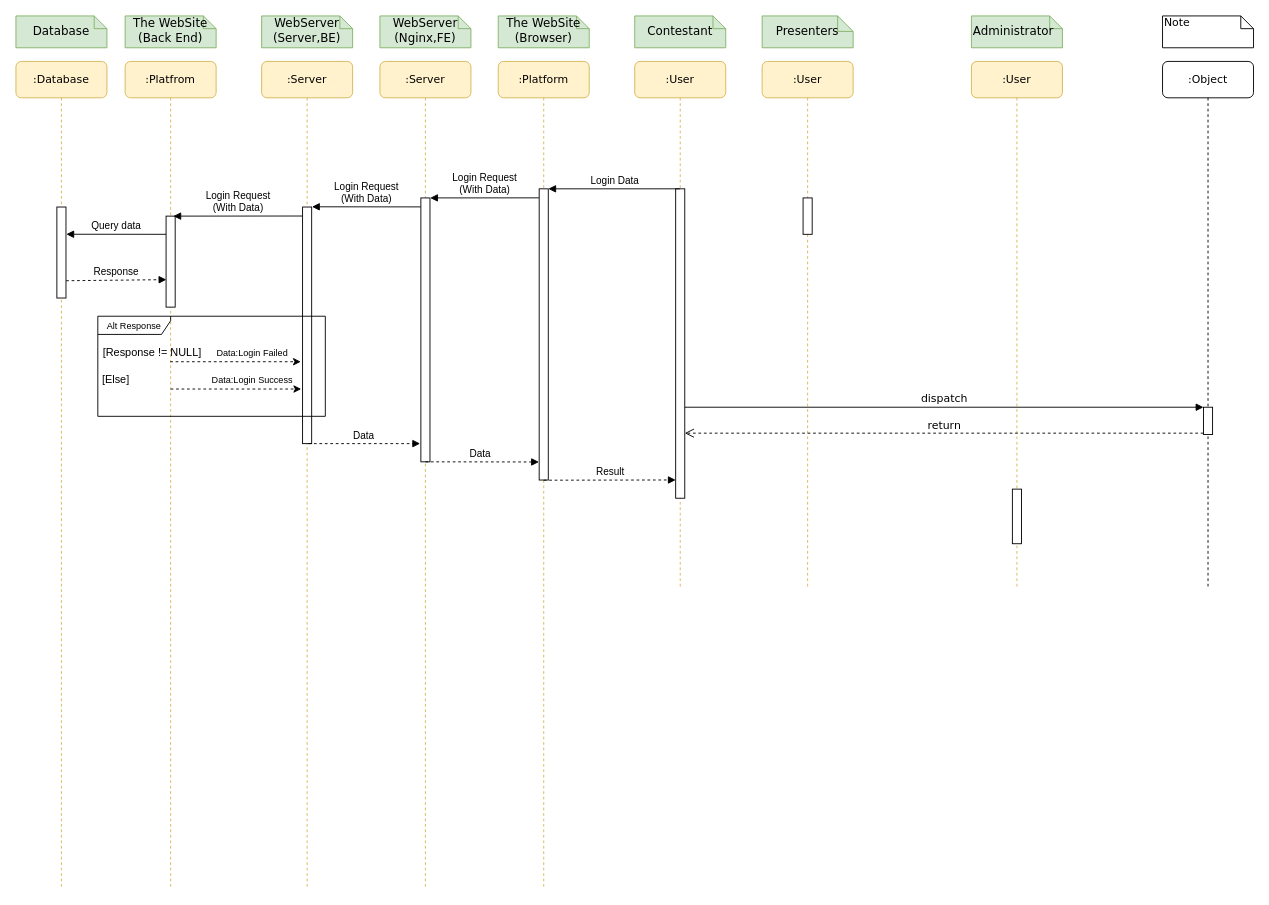
Above: Untitled Diagram.drawio in su29029/ShuiShiPin (draw.io), before the change. Source tidied: cells renumbered, new cells numbered last; positions are measured from the earlier drawing's top-left corner, leaving out a move shared by most shapes. Both pictures are drawn from the tidied source at 91%, with x=0, y=0 at pixel (15, 15).
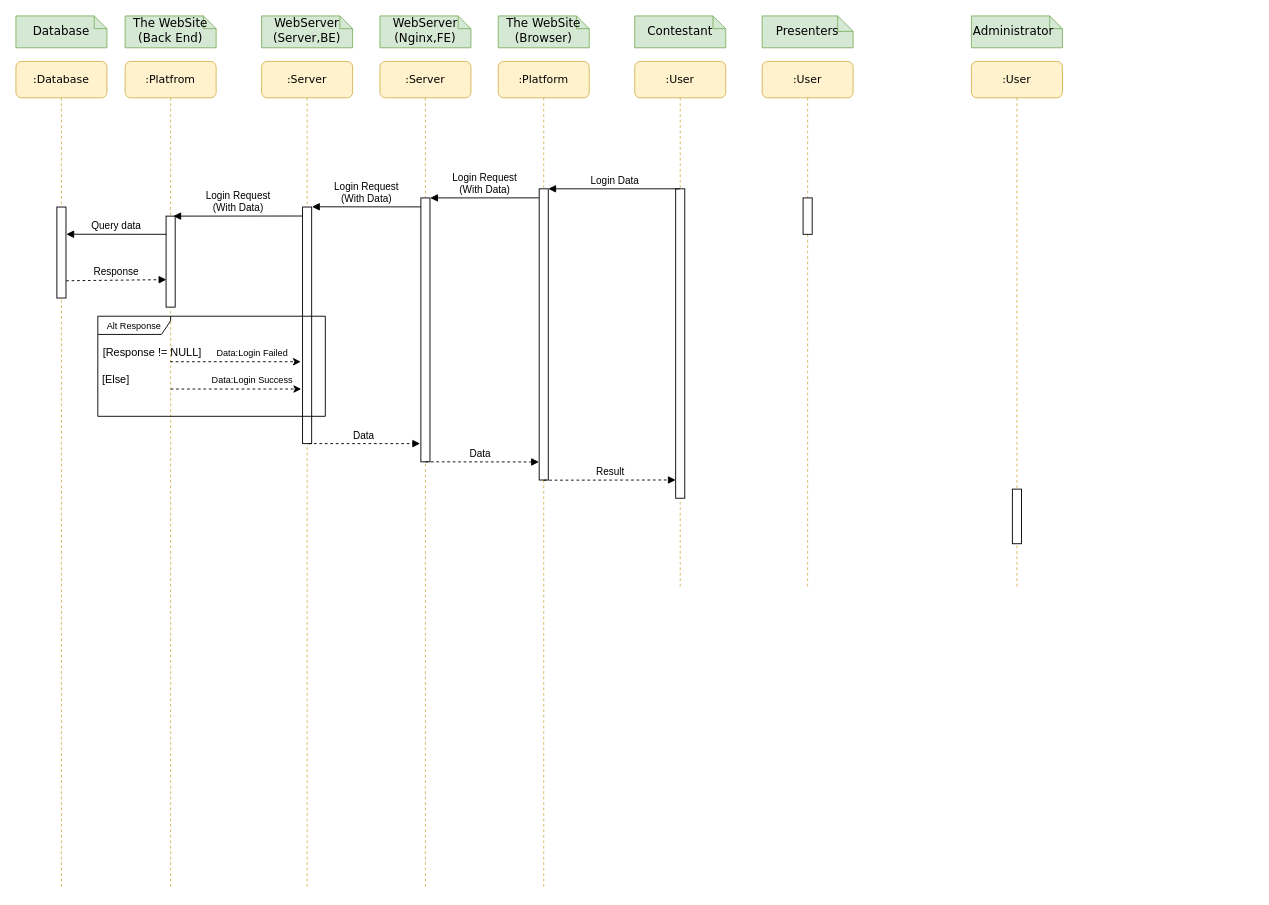
After the change.

What changed in the source:
```diff
@@
-    <mxCell id="12" value=":Object" style="shape=umlLifeline;perimeter=lifelinePerimeter;whiteSpace=wrap;html=1;rounded=1;shadow=0;comic=0;labelBackgroundColor=none;strokeWidth=1;fontFamily=Verdana;fontSize=12;align=center;" parent="1" vertex="1">
-      <mxGeometry x="1260" y="50" width="100" height="580" as="geometry" />
-    </mxCell>
-    <mxCell id="13" style="html=1;points=[];perimeter=orthogonalPerimeter;rounded=0;shadow=0;comic=0;labelBackgroundColor=none;strokeColor=#000000;strokeWidth=1;fillColor=#FFFFFF;fontFamily=Verdana;fontSize=12;fontColor=#000000;align=center;" parent="12" vertex="1">
-      <mxGeometry x="45" y="380" width="10" height="30" as="geometry" />
-    </mxCell>
@@
-    <mxCell id="16" value="dispatch" style="html=1;verticalAlign=bottom;endArrow=block;entryX=0;entryY=0;labelBackgroundColor=none;fontFamily=Verdana;fontSize=12;" parent="1" edge="1" target="13">
-      <mxGeometry relative="1" as="geometry">
-        <mxPoint x="735" y="430" as="sourcePoint" />
-      </mxGeometry>
-    </mxCell>
-    <mxCell id="17" value="return" style="html=1;verticalAlign=bottom;endArrow=open;dashed=1;endSize=8;exitX=0;exitY=0.95;labelBackgroundColor=none;fontFamily=Verdana;fontSize=12;" parent="1" edge="1" source="13">
-      <mxGeometry relative="1" as="geometry">
-        <mxPoint x="735" y="458.5" as="targetPoint" />
-      </mxGeometry>
-    </mxCell>
@@
-    <mxCell id="24" value="Note" style="shape=note;whiteSpace=wrap;html=1;size=14;verticalAlign=top;align=left;spacingTop=-6;rounded=0;shadow=0;comic=0;labelBackgroundColor=none;strokeWidth=1;fontFamily=Verdana;fontSize=12;" parent="1" vertex="1">
-      <mxGeometry x="1260" width="100" height="35" as="geometry" />
-    </mxCell>
```
